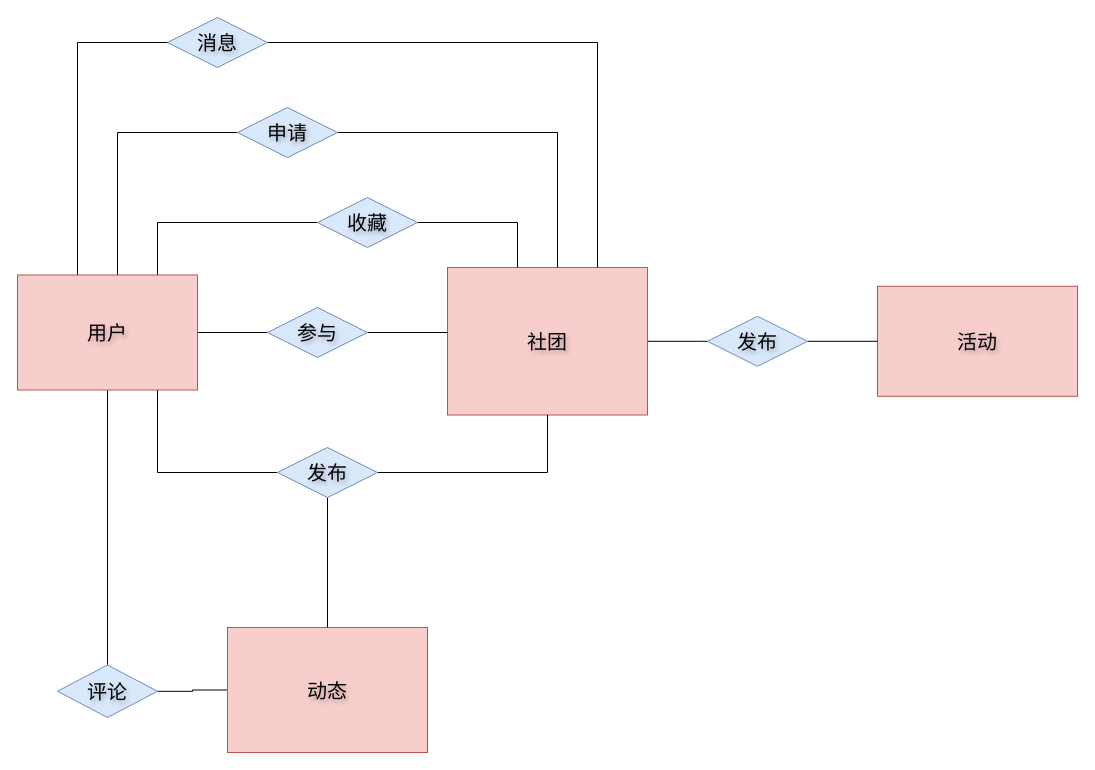
yayaer123/drawio_demo keeps this draw.io diagram as CrazyHat_ER.drawio. Above is the earlier version. Source tidied: cells renumbered, new cells numbered last; positions are measured from the earlier drawing's top-left corner, leaving out a move shared by most shapes. Both pictures are drawn from the tidied source at 100%, with x=0, y=0 at pixel (17, 17).
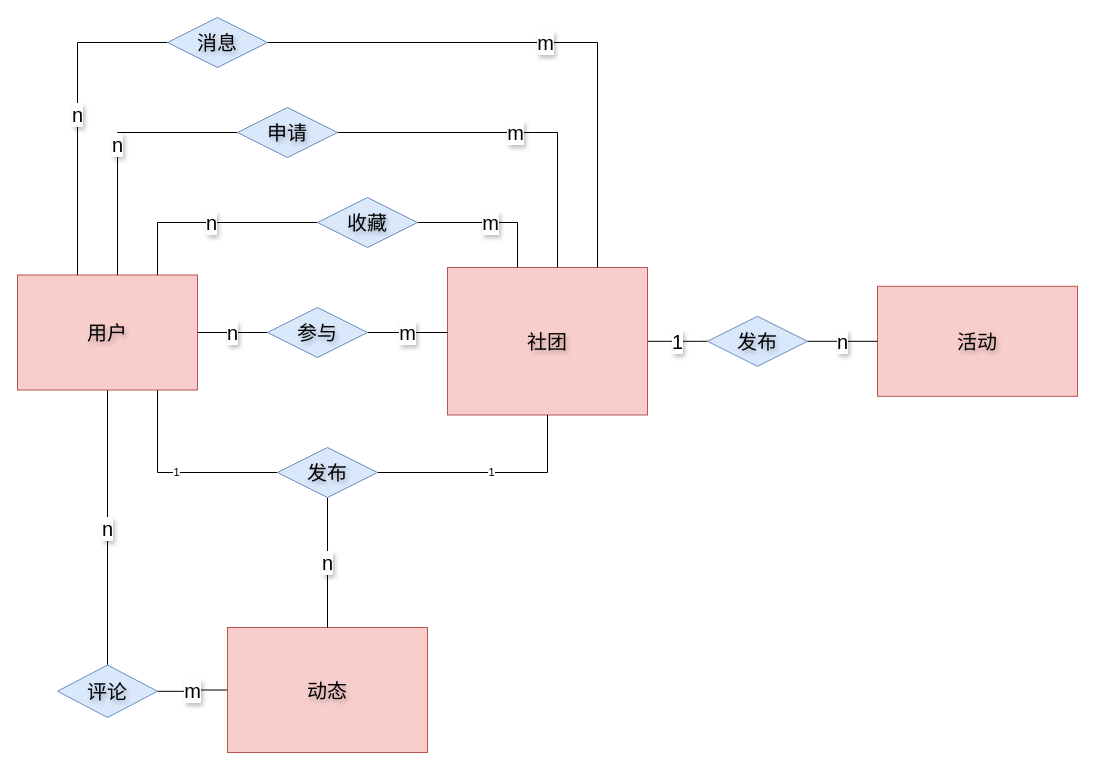
Above is the later version.

The change refers to these unchanged cells:
```xml
<mxCell id="8" value="用户" style="rounded=0;whiteSpace=wrap;html=1;fillColor=#f8cecc;strokeColor=#b85450;fontSize=20;fontFamily=Helvetica;textShadow=1;" parent="1" vertex="1">
  <mxGeometry y="257.5" width="180" height="115" as="geometry" />
</mxCell>
<mxCell id="10" value="评论" style="rhombus;whiteSpace=wrap;html=1;fillColor=#dae8fc;strokeColor=#6c8ebf;fontSize=20;fontFamily=Helvetica;textShadow=1;" parent="1" vertex="1">
  <mxGeometry x="40" y="647.5" width="100" height="52.5" as="geometry" />
</mxCell>
<mxCell id="12" value="社团" style="rounded=0;whiteSpace=wrap;html=1;fillColor=#f8cecc;strokeColor=#b85450;fontSize=20;fontFamily=Helvetica;textShadow=1;" parent="1" vertex="1">
  <mxGeometry x="430" y="250" width="200" height="147.5" as="geometry" />
</mxCell>
<mxCell id="13" value="动态" style="rounded=0;whiteSpace=wrap;html=1;fillColor=#f8cecc;strokeColor=#b85450;fontSize=20;fontFamily=Helvetica;textShadow=1;" parent="1" vertex="1">
  <mxGeometry x="210" y="610" width="200" height="125" as="geometry" />
</mxCell>
<mxCell id="16" value="发布" style="rhombus;whiteSpace=wrap;html=1;fillColor=#dae8fc;strokeColor=#6c8ebf;fontSize=20;fontFamily=Helvetica;textShadow=1;" parent="1" vertex="1">
  <mxGeometry x="260" y="430" width="100" height="50" as="geometry" />
</mxCell>
<mxCell id="18" value="收藏" style="rhombus;whiteSpace=wrap;html=1;fillColor=#dae8fc;strokeColor=#6c8ebf;fontSize=20;fontFamily=Helvetica;textShadow=1;" parent="1" vertex="1">
  <mxGeometry x="300" y="180" width="100" height="50" as="geometry" />
</mxCell>
<mxCell id="20" value="参与" style="rhombus;whiteSpace=wrap;html=1;fillColor=#dae8fc;strokeColor=#6c8ebf;fontSize=20;fontFamily=Helvetica;textShadow=1;" parent="1" vertex="1">
  <mxGeometry x="250" y="290" width="100" height="50" as="geometry" />
</mxCell>
<mxCell id="22" value="申请" style="rhombus;whiteSpace=wrap;html=1;fillColor=#dae8fc;strokeColor=#6c8ebf;fontSize=20;fontFamily=Helvetica;textShadow=1;" parent="1" vertex="1">
  <mxGeometry x="220" y="90" width="100" height="50" as="geometry" />
</mxCell>
<mxCell id="23" value="活动" style="rounded=0;whiteSpace=wrap;html=1;fillColor=#f8cecc;strokeColor=#b85450;fontSize=20;fontFamily=Helvetica;textShadow=1;" parent="1" vertex="1">
  <mxGeometry x="860" y="268.8" width="200" height="110" as="geometry" />
</mxCell>
<mxCell id="25" value="发布" style="rhombus;whiteSpace=wrap;html=1;fillColor=#dae8fc;strokeColor=#6c8ebf;fontSize=20;fontFamily=Helvetica;textShadow=1;" parent="1" vertex="1">
  <mxGeometry x="690" y="298.8" width="100" height="50" as="geometry" />
</mxCell>
<mxCell id="27" value="消息" style="rhombus;whiteSpace=wrap;html=1;fillColor=#dae8fc;strokeColor=#6c8ebf;fontSize=20;fontFamily=Helvetica;textShadow=1;" parent="1" vertex="1">
  <mxGeometry x="150" width="100" height="50" as="geometry" />
</mxCell>
```

Diff of the diagram source:
```diff
@@
-    <mxCell id="2" style="edgeStyle=orthogonalEdgeStyle;rounded=0;jettySize=auto;html=1;endArrow=none;endFill=0;fontSize=20;fontFamily=Helvetica;textShadow=1;" parent="1" edge="1" source="8" target="18">
+    <mxCell id="2" value="n" style="edgeStyle=orthogonalEdgeStyle;rounded=0;jettySize=auto;html=1;endArrow=none;endFill=0;fontSize=20;fontFamily=Helvetica;textShadow=1;" parent="1" edge="1" source="8" target="18">
       <mxGeometry relative="1" as="geometry">
         <Array as="points">
           <mxPoint x="140" y="205" />
         </Array>
       </mxGeometry>
     </mxCell>
-    <mxCell id="3" style="edgeStyle=orthogonalEdgeStyle;rounded=0;jettySize=auto;html=1;endArrow=none;endFill=0;fontSize=20;fontFamily=Helvetica;textShadow=1;" parent="1" edge="1" source="8" target="20">
+    <mxCell id="3" value="n" style="edgeStyle=orthogonalEdgeStyle;rounded=0;jettySize=auto;html=1;endArrow=none;endFill=0;fontSize=20;fontFamily=Helvetica;textShadow=1;" parent="1" edge="1" source="8" target="20">
       <mxGeometry relative="1" as="geometry" />
     </mxCell>
-    <mxCell id="4" style="edgeStyle=orthogonalEdgeStyle;rounded=0;jettySize=auto;html=1;fontSize=20;fontFamily=Helvetica;textShadow=1;endArrow=none;endFill=0;" parent="1" edge="1" source="8" target="10">
+    <mxCell id="4" value="n" style="edgeStyle=orthogonalEdgeStyle;rounded=0;jettySize=auto;html=1;fontSize=20;fontFamily=Helvetica;textShadow=1;endArrow=none;endFill=0;" parent="1" edge="1" source="8" target="10">
       <mxGeometry relative="1" as="geometry" />
     </mxCell>
-    <mxCell id="5" style="edgeStyle=orthogonalEdgeStyle;rounded=0;jettySize=auto;html=1;endArrow=none;endFill=0;fontSize=20;fontFamily=Helvetica;textShadow=1;" parent="1" edge="1" source="8" target="22">
+    <mxCell id="5" value="n" style="edgeStyle=orthogonalEdgeStyle;rounded=0;jettySize=auto;html=1;endArrow=none;endFill=0;fontSize=20;fontFamily=Helvetica;textShadow=1;" parent="1" edge="1" source="8" target="22">
       <mxGeometry relative="1" as="geometry">
         <Array as="points">
           <mxPoint x="100" y="115" />
         </Array>
       </mxGeometry>
     </mxCell>
-    <mxCell id="6" style="edgeStyle=orthogonalEdgeStyle;rounded=0;jettySize=auto;html=1;endArrow=none;endFill=0;fontSize=20;fontFamily=Helvetica;textShadow=1;" parent="1" edge="1" source="8" target="27">
+    <mxCell id="6" value="n" style="edgeStyle=orthogonalEdgeStyle;rounded=0;jettySize=auto;html=1;endArrow=none;endFill=0;fontSize=20;fontFamily=Helvetica;textShadow=1;" parent="1" edge="1" source="8" target="27">
       <mxGeometry relative="1" as="geometry">
         <Array as="points">
           <mxPoint x="60" y="25" />
         </Array>
       </mxGeometry>
     </mxCell>
-    <mxCell id="7" style="edgeStyle=orthogonalEdgeStyle;rounded=0;jettySize=auto;html=1;endArrow=none;endFill=0;" parent="1" edge="1" source="8" target="16">
+    <mxCell id="7" value="1" style="edgeStyle=orthogonalEdgeStyle;rounded=0;jettySize=auto;html=1;endArrow=none;endFill=0;" parent="1" edge="1" source="8" target="16">
       <mxGeometry relative="1" as="geometry">
         <Array as="points">
           <mxPoint x="140" y="455" />
         </Array>
       </mxGeometry>
     </mxCell>
@@
-    <mxCell id="9" style="edgeStyle=orthogonalEdgeStyle;rounded=0;jettySize=auto;html=1;endArrow=none;endFill=0;fontSize=20;fontFamily=Helvetica;textShadow=1;" parent="1" edge="1" source="10" target="13">
+    <mxCell id="9" value="m" style="edgeStyle=orthogonalEdgeStyle;rounded=0;jettySize=auto;html=1;endArrow=none;endFill=0;fontSize=20;fontFamily=Helvetica;textShadow=1;" parent="1" edge="1" source="10" target="13">
       <mxGeometry relative="1" as="geometry" />
     </mxCell>
@@
-    <mxCell id="11" style="edgeStyle=orthogonalEdgeStyle;rounded=0;jettySize=auto;html=1;endArrow=none;endFill=0;fontSize=20;fontFamily=Helvetica;textShadow=1;" parent="1" edge="1" source="12" target="25">
+    <mxCell id="11" value="1" style="edgeStyle=orthogonalEdgeStyle;rounded=0;jettySize=auto;html=1;endArrow=none;endFill=0;fontSize=20;fontFamily=Helvetica;textShadow=1;" parent="1" edge="1" source="12" target="25">
       <mxGeometry relative="1" as="geometry">
         <Array as="points">
           <mxPoint x="680" y="324" />
           <mxPoint x="680" y="324" />
         </Array>
       </mxGeometry>
     </mxCell>
@@
-    <mxCell id="14" style="edgeStyle=orthogonalEdgeStyle;rounded=0;jettySize=auto;html=1;endArrow=none;endFill=0;fontSize=20;fontFamily=Helvetica;textShadow=1;" parent="1" edge="1" source="16" target="13">
+    <mxCell id="14" value="n" style="edgeStyle=orthogonalEdgeStyle;rounded=0;jettySize=auto;html=1;endArrow=none;endFill=0;fontSize=20;fontFamily=Helvetica;textShadow=1;" parent="1" edge="1" source="16" target="13">
       <mxGeometry relative="1" as="geometry" />
     </mxCell>
-    <mxCell id="15" style="edgeStyle=orthogonalEdgeStyle;rounded=0;jettySize=auto;html=1;endArrow=none;endFill=0;" parent="1" edge="1" source="16" target="12">
+    <mxCell id="15" value="1" style="edgeStyle=orthogonalEdgeStyle;rounded=0;jettySize=auto;html=1;endArrow=none;endFill=0;" parent="1" edge="1" source="16" target="12">
       <mxGeometry relative="1" as="geometry" />
     </mxCell>
@@
-    <mxCell id="17" style="edgeStyle=orthogonalEdgeStyle;rounded=0;jettySize=auto;html=1;endArrow=none;endFill=0;fontSize=20;fontFamily=Helvetica;textShadow=1;" parent="1" edge="1" source="18" target="12">
+    <mxCell id="17" value="m" style="edgeStyle=orthogonalEdgeStyle;rounded=0;jettySize=auto;html=1;endArrow=none;endFill=0;fontSize=20;fontFamily=Helvetica;textShadow=1;" parent="1" edge="1" source="18" target="12">
       <mxGeometry relative="1" as="geometry">
         <Array as="points">
           <mxPoint x="500" y="205" />
         </Array>
       </mxGeometry>
     </mxCell>
@@
-    <mxCell id="19" style="edgeStyle=orthogonalEdgeStyle;rounded=0;jettySize=auto;html=1;endArrow=none;endFill=0;fontSize=20;fontFamily=Helvetica;textShadow=1;" parent="1" edge="1" source="20" target="12">
+    <mxCell id="19" value="m" style="edgeStyle=orthogonalEdgeStyle;rounded=0;jettySize=auto;html=1;endArrow=none;endFill=0;fontSize=20;fontFamily=Helvetica;textShadow=1;" parent="1" edge="1" source="20" target="12">
       <mxGeometry relative="1" as="geometry">
         <Array as="points">
           <mxPoint x="430" y="315" />
           <mxPoint x="430" y="315" />
         </Array>
       </mxGeometry>
     </mxCell>
@@
-    <mxCell id="21" style="edgeStyle=orthogonalEdgeStyle;rounded=0;jettySize=auto;html=1;endArrow=none;endFill=0;fontSize=20;fontFamily=Helvetica;textShadow=1;" parent="1" edge="1" source="22" target="12">
+    <mxCell id="21" value="m" style="edgeStyle=orthogonalEdgeStyle;rounded=0;jettySize=auto;html=1;endArrow=none;endFill=0;fontSize=20;fontFamily=Helvetica;textShadow=1;" parent="1" edge="1" source="22" target="12">
       <mxGeometry relative="1" as="geometry">
         <Array as="points">
           <mxPoint x="540" y="115" />
         </Array>
       </mxGeometry>
     </mxCell>
@@
-    <mxCell id="24" style="edgeStyle=orthogonalEdgeStyle;rounded=0;jettySize=auto;html=1;endArrow=none;endFill=0;fontSize=20;fontFamily=Helvetica;textShadow=1;" parent="1" edge="1" source="25" target="23">
+    <mxCell id="24" value="n" style="edgeStyle=orthogonalEdgeStyle;rounded=0;jettySize=auto;html=1;endArrow=none;endFill=0;fontSize=20;fontFamily=Helvetica;textShadow=1;" parent="1" edge="1" source="25" target="23">
       <mxGeometry relative="1" as="geometry" />
     </mxCell>
@@
-    <mxCell id="26" style="edgeStyle=orthogonalEdgeStyle;rounded=0;jettySize=auto;html=1;endArrow=none;endFill=0;fontSize=20;fontFamily=Helvetica;textShadow=1;" parent="1" edge="1" source="27" target="12">
+    <mxCell id="26" value="m" style="edgeStyle=orthogonalEdgeStyle;rounded=0;jettySize=auto;html=1;endArrow=none;endFill=0;fontSize=20;fontFamily=Helvetica;textShadow=1;" parent="1" edge="1" source="27" target="12">
       <mxGeometry relative="1" as="geometry">
         <Array as="points">
           <mxPoint x="580" y="25" />
         </Array>
       </mxGeometry>
     </mxCell>
```
